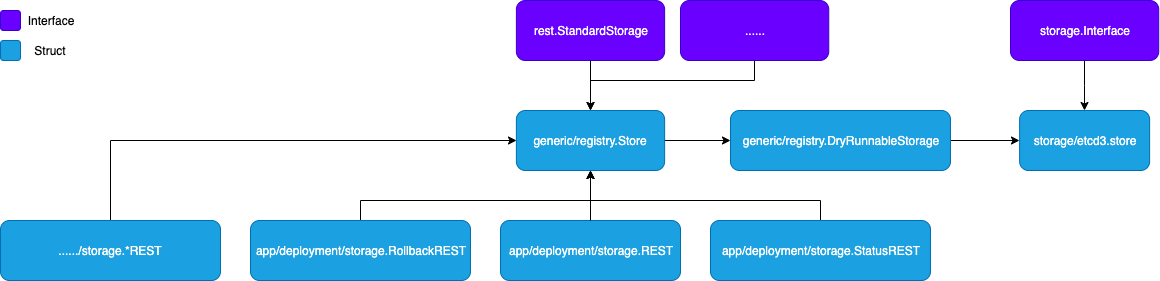
Earlier version of the draw.io export assets/img/kubernetes-api.png (yangxikun/yangxikun.github.com). Source tidied: cells renumbered, new cells last; positions are measured from the earlier drawing's top-left corner, leaving out a move shared by most shapes. Source of this version:
```xml
<mxGraphModel>
  <root>
    <mxCell id="0" />
    <mxCell id="1" parent="0" />
    <mxCell id="2" value="app/deployment/storage.REST" style="rounded=1;whiteSpace=wrap;html=1;fillColor=#1ba1e2;strokeColor=#006EAF;fontColor=#ffffff;" parent="1" vertex="1">
      <mxGeometry x="500" y="220" width="180" height="60" as="geometry" />
    </mxCell>
    <mxCell id="3" style="edgeStyle=orthogonalEdgeStyle;rounded=0;jettySize=auto;html=1;entryX=0.5;entryY=0;entryDx=0;entryDy=0;startArrow=classic;startFill=1;endArrow=none;endFill=0;" parent="1" edge="1" source="5" target="2">
      <mxGeometry relative="1" as="geometry" />
    </mxCell>
    <mxCell id="4" style="edgeStyle=orthogonalEdgeStyle;rounded=0;jettySize=auto;html=1;entryX=0;entryY=0.5;entryDx=0;entryDy=0;startArrow=none;startFill=0;endArrow=classic;endFill=1;" parent="1" edge="1" source="5" target="11">
      <mxGeometry relative="1" as="geometry" />
    </mxCell>
    <mxCell id="5" value="generic/registry.Store" style="rounded=1;whiteSpace=wrap;html=1;fillColor=#1ba1e2;strokeColor=#006EAF;fontColor=#ffffff;" parent="1" vertex="1">
      <mxGeometry x="515.9" y="110" width="148.2" height="60" as="geometry" />
    </mxCell>
    <mxCell id="6" style="edgeStyle=orthogonalEdgeStyle;rounded=0;jettySize=auto;html=1;entryX=0.5;entryY=0;entryDx=0;entryDy=0;" parent="1" edge="1" source="7" target="5">
      <mxGeometry relative="1" as="geometry" />
    </mxCell>
    <mxCell id="7" value="rest.StandardStorage" style="rounded=1;whiteSpace=wrap;html=1;fillColor=#6a00ff;strokeColor=#3700CC;fontColor=#ffffff;" parent="1" vertex="1">
      <mxGeometry x="515.9" width="148.2" height="60" as="geometry" />
    </mxCell>
    <mxCell id="8" style="edgeStyle=orthogonalEdgeStyle;rounded=0;jettySize=auto;html=1;entryX=0.5;entryY=0;entryDx=0;entryDy=0;" parent="1" edge="1" source="9" target="5">
      <mxGeometry relative="1" as="geometry">
        <Array as="points">
          <mxPoint x="754" y="80" />
          <mxPoint x="590" y="80" />
        </Array>
      </mxGeometry>
    </mxCell>
    <mxCell id="9" value="......" style="rounded=1;whiteSpace=wrap;html=1;fillColor=#6a00ff;strokeColor=#3700CC;fontColor=#ffffff;" parent="1" vertex="1">
      <mxGeometry x="680" width="148.2" height="60" as="geometry" />
    </mxCell>
    <mxCell id="10" style="edgeStyle=orthogonalEdgeStyle;rounded=0;jettySize=auto;html=1;entryX=0;entryY=0.5;entryDx=0;entryDy=0;startArrow=none;startFill=0;endArrow=classic;endFill=1;" parent="1" edge="1" source="11" target="12">
      <mxGeometry relative="1" as="geometry" />
    </mxCell>
    <mxCell id="11" value="generic/registry.DryRunnableStorage" style="rounded=1;whiteSpace=wrap;html=1;fillColor=#1ba1e2;strokeColor=#006EAF;fontColor=#ffffff;" parent="1" vertex="1">
      <mxGeometry x="730" y="110" width="220" height="60" as="geometry" />
    </mxCell>
    <mxCell id="12" value="storage/etcd3.store" style="rounded=1;whiteSpace=wrap;html=1;fillColor=#1ba1e2;strokeColor=#006EAF;fontColor=#ffffff;" parent="1" vertex="1">
      <mxGeometry x="1019.1" y="110" width="130" height="60" as="geometry" />
    </mxCell>
    <mxCell id="13" style="edgeStyle=orthogonalEdgeStyle;rounded=0;jettySize=auto;html=1;entryX=0.5;entryY=0;entryDx=0;entryDy=0;startArrow=none;startFill=0;endArrow=classic;endFill=1;" parent="1" edge="1" source="14" target="12">
      <mxGeometry relative="1" as="geometry" />
    </mxCell>
    <mxCell id="14" value="storage.Interface" style="rounded=1;whiteSpace=wrap;html=1;fillColor=#6a00ff;strokeColor=#3700CC;fontColor=#ffffff;" parent="1" vertex="1">
      <mxGeometry x="1010" width="148.2" height="60" as="geometry" />
    </mxCell>
    <mxCell id="15" style="edgeStyle=orthogonalEdgeStyle;rounded=0;jettySize=auto;html=1;entryX=0.5;entryY=1;entryDx=0;entryDy=0;startArrow=none;startFill=0;endArrow=classic;endFill=1;" parent="1" edge="1" source="16" target="5">
      <mxGeometry relative="1" as="geometry">
        <Array as="points">
          <mxPoint x="820" y="200" />
          <mxPoint x="590" y="200" />
        </Array>
      </mxGeometry>
    </mxCell>
    <mxCell id="16" value="app/deployment/storage.StatusREST" style="rounded=1;whiteSpace=wrap;html=1;fillColor=#1ba1e2;strokeColor=#006EAF;fontColor=#ffffff;" parent="1" vertex="1">
      <mxGeometry x="710" y="220" width="220" height="60" as="geometry" />
    </mxCell>
    <mxCell id="17" style="edgeStyle=orthogonalEdgeStyle;rounded=0;jettySize=auto;html=1;entryX=0.5;entryY=1;entryDx=0;entryDy=0;startArrow=none;startFill=0;endArrow=classic;endFill=1;" parent="1" edge="1" source="18" target="5">
      <mxGeometry relative="1" as="geometry">
        <Array as="points">
          <mxPoint x="360" y="200" />
          <mxPoint x="590" y="200" />
        </Array>
      </mxGeometry>
    </mxCell>
    <mxCell id="18" value="app/deployment/storage.RollbackREST" style="rounded=1;whiteSpace=wrap;html=1;fillColor=#1ba1e2;strokeColor=#006EAF;fontColor=#ffffff;" parent="1" vertex="1">
      <mxGeometry x="250" y="220" width="220" height="60" as="geometry" />
    </mxCell>
    <mxCell id="19" style="edgeStyle=orthogonalEdgeStyle;rounded=0;jettySize=auto;html=1;entryX=0;entryY=0.5;entryDx=0;entryDy=0;startArrow=none;startFill=0;endArrow=classic;endFill=1;" parent="1" edge="1" source="20" target="5">
      <mxGeometry relative="1" as="geometry">
        <Array as="points">
          <mxPoint x="110" y="140" />
        </Array>
      </mxGeometry>
    </mxCell>
    <mxCell id="20" value="....../storage.*REST" style="rounded=1;whiteSpace=wrap;html=1;fillColor=#1ba1e2;strokeColor=#006EAF;fontColor=#ffffff;" parent="1" vertex="1">
      <mxGeometry y="220" width="220" height="60" as="geometry" />
    </mxCell>
    <mxCell id="21" style="rounded=1;whiteSpace=wrap;html=1;fillColor=#6a00ff;strokeColor=#3700CC;fontColor=#ffffff;" parent="1" vertex="1">
      <mxGeometry y="10" width="20" height="20" as="geometry" />
    </mxCell>
    <mxCell id="22" value="Interface" style="text;html=1;strokeColor=none;fillColor=none;align=center;verticalAlign=middle;whiteSpace=wrap;rounded=0;" parent="1" vertex="1">
      <mxGeometry x="30" y="10" width="40" height="20" as="geometry" />
    </mxCell>
    <mxCell id="23" style="rounded=1;whiteSpace=wrap;html=1;fillColor=#1ba1e2;strokeColor=#006EAF;fontColor=#ffffff;" parent="1" vertex="1">
      <mxGeometry y="40" width="20" height="20" as="geometry" />
    </mxCell>
    <mxCell id="24" value="Struct" style="text;html=1;strokeColor=none;fillColor=none;align=center;verticalAlign=middle;whiteSpace=wrap;rounded=0;" parent="1" vertex="1">
      <mxGeometry x="30" y="40" width="40" height="20" as="geometry" />
    </mxCell>
  </root>
</mxGraphModel>
```
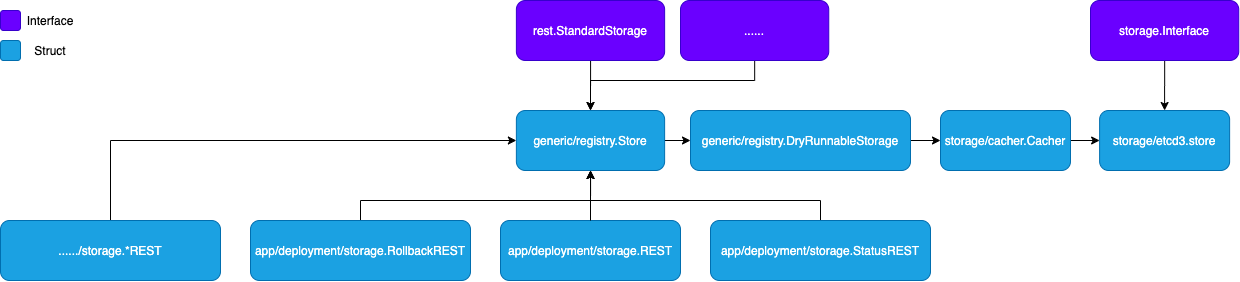
After the commit.

Change to the diagram source:
```diff
@@ -31,20 +31,20 @@
     <mxCell id="9" value="......" style="rounded=1;whiteSpace=wrap;html=1;fillColor=#6a00ff;strokeColor=#3700CC;fontColor=#ffffff;" parent="1" vertex="1">
       <mxGeometry x="680" width="148.2" height="60" as="geometry" />
     </mxCell>
-    <mxCell id="10" style="edgeStyle=orthogonalEdgeStyle;rounded=0;jettySize=auto;html=1;entryX=0;entryY=0.5;entryDx=0;entryDy=0;startArrow=none;startFill=0;endArrow=classic;endFill=1;" parent="1" edge="1" source="11" target="12">
+    <mxCell id="10" style="edgeStyle=orthogonalEdgeStyle;rounded=0;jettySize=auto;html=1;entryX=0;entryY=0.5;entryDx=0;entryDy=0;startArrow=none;startFill=0;endArrow=classic;endFill=1;" parent="1" edge="1" source="11" target="26">
       <mxGeometry relative="1" as="geometry" />
     </mxCell>
     <mxCell id="11" value="generic/registry.DryRunnableStorage" style="rounded=1;whiteSpace=wrap;html=1;fillColor=#1ba1e2;strokeColor=#006EAF;fontColor=#ffffff;" parent="1" vertex="1">
-      <mxGeometry x="730" y="110" width="220" height="60" as="geometry" />
+      <mxGeometry x="690" y="110" width="220" height="60" as="geometry" />
     </mxCell>
     <mxCell id="12" value="storage/etcd3.store" style="rounded=1;whiteSpace=wrap;html=1;fillColor=#1ba1e2;strokeColor=#006EAF;fontColor=#ffffff;" parent="1" vertex="1">
-      <mxGeometry x="1019.1" y="110" width="130" height="60" as="geometry" />
+      <mxGeometry x="1099.1" y="110" width="130" height="60" as="geometry" />
     </mxCell>
     <mxCell id="13" style="edgeStyle=orthogonalEdgeStyle;rounded=0;jettySize=auto;html=1;entryX=0.5;entryY=0;entryDx=0;entryDy=0;startArrow=none;startFill=0;endArrow=classic;endFill=1;" parent="1" edge="1" source="14" target="12">
       <mxGeometry relative="1" as="geometry" />
     </mxCell>
     <mxCell id="14" value="storage.Interface" style="rounded=1;whiteSpace=wrap;html=1;fillColor=#6a00ff;strokeColor=#3700CC;fontColor=#ffffff;" parent="1" vertex="1">
-      <mxGeometry x="1010" width="148.2" height="60" as="geometry" />
+      <mxGeometry x="1090" width="148.2" height="60" as="geometry" />
     </mxCell>
     <mxCell id="15" style="edgeStyle=orthogonalEdgeStyle;rounded=0;jettySize=auto;html=1;entryX=0.5;entryY=1;entryDx=0;entryDy=0;startArrow=none;startFill=0;endArrow=classic;endFill=1;" parent="1" edge="1" source="16" target="5">
       <mxGeometry relative="1" as="geometry">
@@ -90,5 +90,11 @@
     <mxCell id="24" value="Struct" style="text;html=1;strokeColor=none;fillColor=none;align=center;verticalAlign=middle;whiteSpace=wrap;rounded=0;" parent="1" vertex="1">
       <mxGeometry x="30" y="40" width="40" height="20" as="geometry" />
     </mxCell>
+    <mxCell id="25" style="edgeStyle=orthogonalEdgeStyle;rounded=0;jettySize=auto;html=1;entryX=0;entryY=0.5;entryDx=0;entryDy=0;" parent="1" edge="1" source="26" target="12">
+      <mxGeometry relative="1" as="geometry" />
+    </mxCell>
+    <mxCell id="26" value="storage/cacher.Cacher" style="rounded=1;whiteSpace=wrap;html=1;fillColor=#1ba1e2;strokeColor=#006EAF;fontColor=#ffffff;" parent="1" vertex="1">
+      <mxGeometry x="940" y="110" width="130" height="60" as="geometry" />
+    </mxCell>
   </root>
 </mxGraphModel>
```
